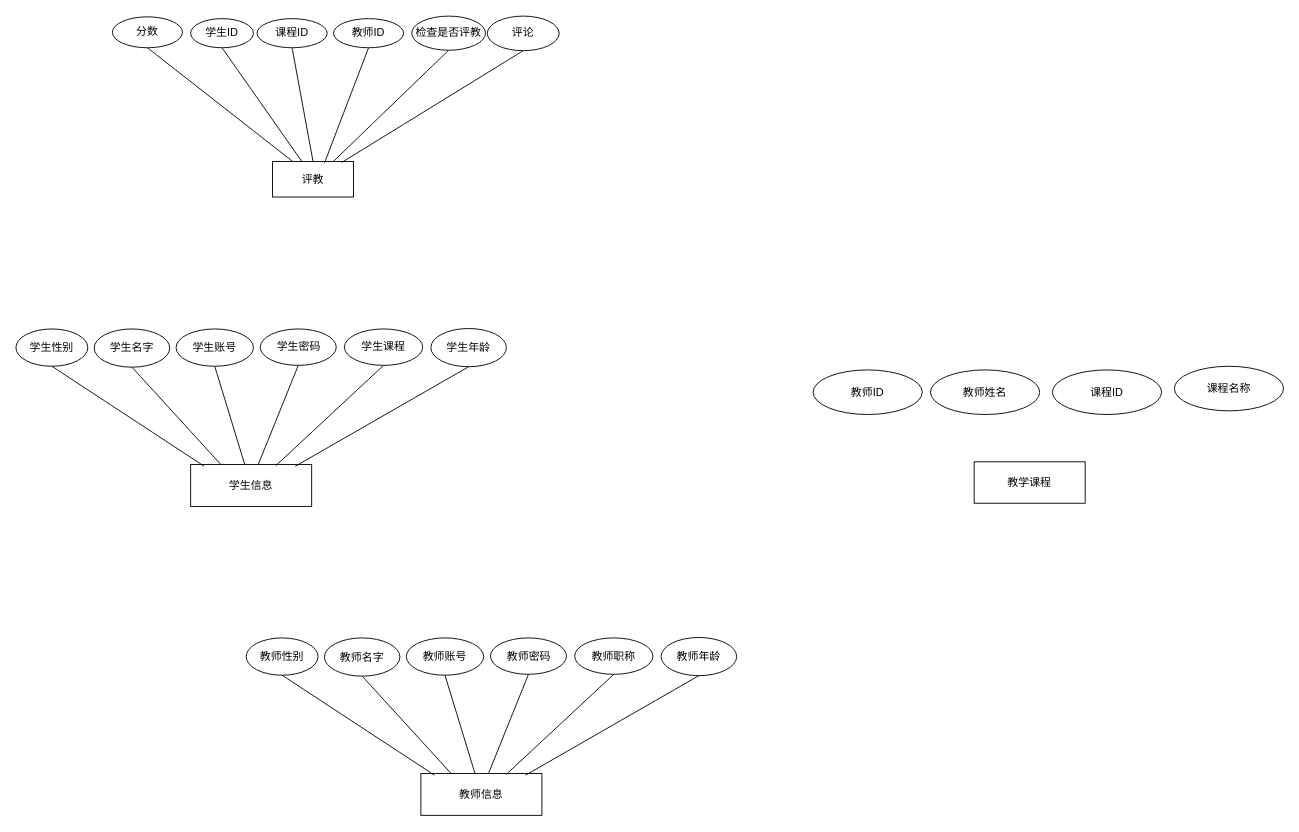
Above: page "实体图" (5 of 7) of 未命名绘图.drawio in mao-user/2024code (draw.io), before the change. Source tidied: cells renumbered, new cells numbered last; positions are measured from the earlier drawing's top-left corner, leaving out a move shared by most shapes. Both pictures are drawn from the tidied source at 91%, with x=0, y=0 at pixel (15, 15).
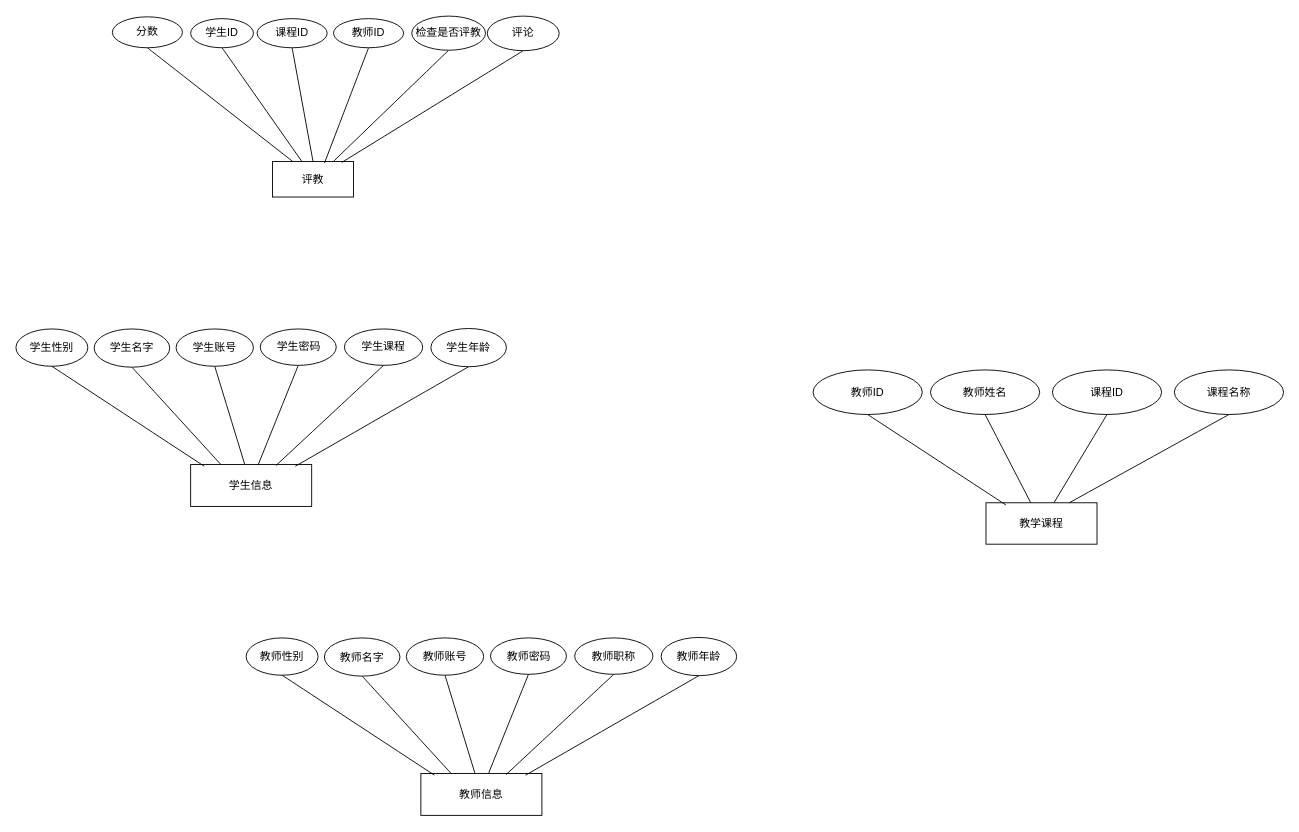
Above is the later version.

Unchanged cells that the change refers to:
```xml
<mxCell id="42" value="教师ID" style="ellipse;whiteSpace=wrap;html=1;" parent="1" vertex="1">
  <mxGeometry x="876" y="389" width="120" height="49" as="geometry" />
</mxCell>
<mxCell id="43" value="教师姓名" style="ellipse;whiteSpace=wrap;html=1;" parent="1" vertex="1">
  <mxGeometry x="1005" y="389" width="120" height="49" as="geometry" />
</mxCell>
<mxCell id="44" value="课程ID" style="ellipse;whiteSpace=wrap;html=1;" parent="1" vertex="1">
  <mxGeometry x="1139" y="389" width="120" height="49" as="geometry" />
</mxCell>
```

Diff of the diagram source:
```diff
@@
     <mxCell id="41" value="教学课程" style="rounded=0;whiteSpace=wrap;html=1;" parent="1" vertex="1">
-      <mxGeometry x="1053" y="490" width="122" height="45.5" as="geometry" />
+      <mxGeometry x="1066" y="535" width="122" height="45.5" as="geometry" />
     </mxCell>
@@
+    <mxCell id="46" style="edgeStyle=none;curved=1;rounded=0;jettySize=auto;html=1;exitX=0.5;exitY=1;exitDx=0;exitDy=0;fontSize=12;startSize=8;endSize=8;endArrow=none;startFill=0;" parent="1" edge="1" source="43" target="41">
+      <mxGeometry relative="1" as="geometry" />
+    </mxCell>
@@
+    <mxCell id="47" style="edgeStyle=none;curved=1;rounded=0;jettySize=auto;html=1;exitX=0.5;exitY=1;exitDx=0;exitDy=0;fontSize=12;startSize=8;endSize=8;endArrow=none;startFill=0;" parent="1" edge="1" source="44" target="41">
+      <mxGeometry relative="1" as="geometry" />
+    </mxCell>
@@
+    <mxCell id="48" style="edgeStyle=none;curved=1;rounded=0;jettySize=auto;html=1;exitX=0.5;exitY=1;exitDx=0;exitDy=0;entryX=0.75;entryY=0;entryDx=0;entryDy=0;fontSize=12;startSize=8;endSize=8;endArrow=none;endFill=1;startFill=0;" parent="1" edge="1" source="45" target="41">
+      <mxGeometry relative="1" as="geometry" />
+    </mxCell>
     <mxCell id="45" value="课程名称" style="ellipse;whiteSpace=wrap;html=1;" parent="1" vertex="1">
-      <mxGeometry x="1273" y="385" width="120" height="49" as="geometry" />
+      <mxGeometry x="1273" y="389" width="120" height="49" as="geometry" />
     </mxCell>
+    <mxCell id="49" style="edgeStyle=none;curved=1;rounded=0;jettySize=auto;html=1;exitX=0.5;exitY=1;exitDx=0;exitDy=0;entryX=0.179;entryY=0.052;entryDx=0;entryDy=0;entryPerimeter=0;fontSize=12;startSize=8;endSize=8;endArrow=none;startFill=0;" parent="1" edge="1" source="42" target="41">
+      <mxGeometry relative="1" as="geometry" />
+    </mxCell>
```
